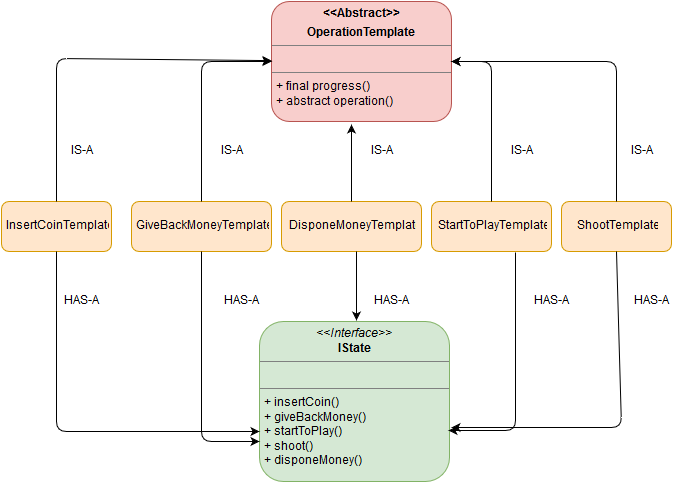
Above: templateControllerClassDiagram.png in nicolaViola/slotmachine (draw.io), before the change. Source tidied: cells renumbered, new cells last; positions are measured from the earlier drawing's top-left corner, leaving out a move shared by most shapes.
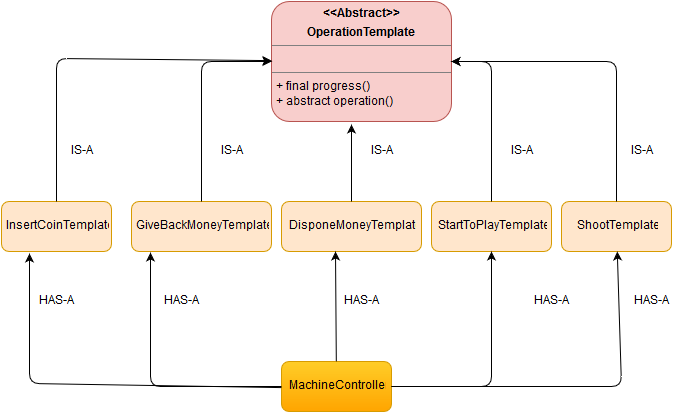
After the change.

Diff of the diagram source:
```diff
@@ -52,9 +52,6 @@
         </Array>
       </mxGeometry>
     </mxCell>
-    <mxCell id="13" value="&lt;p style=&quot;margin: 0px ; margin-top: 4px ; text-align: center&quot;&gt;&lt;i&gt;&amp;lt;&amp;lt;Interface&amp;gt;&amp;gt;&lt;/i&gt;&lt;br&gt;&lt;b&gt;IState&lt;/b&gt;&lt;/p&gt;&lt;hr size=&quot;1&quot;&gt;&lt;p style=&quot;margin: 0px ; margin-left: 4px&quot;&gt;&lt;br&gt;&lt;/p&gt;&lt;hr size=&quot;1&quot;&gt;&lt;p style=&quot;margin: 0px ; margin-left: 4px&quot;&gt;+ insertCoin()&lt;br&gt;+ giveBackMoney()&lt;/p&gt;&lt;p style=&quot;margin: 0px ; margin-left: 4px&quot;&gt;+ startToPlay()&lt;/p&gt;&lt;p style=&quot;margin: 0px ; margin-left: 4px&quot;&gt;+ shoot()&lt;/p&gt;&lt;p style=&quot;margin: 0px ; margin-left: 4px&quot;&gt;+ disponeMoney()&lt;br&gt;&lt;/p&gt;" style="verticalAlign=top;align=left;overflow=fill;fontSize=12;fontFamily=Helvetica;html=1;rounded=1;fillColor=#d5e8d4;strokeColor=#82b366;" parent="1" vertex="1">
-      <mxGeometry x="258" y="320" width="190" height="160" as="geometry" />
-    </mxCell>
     <mxCell id="14" value="IS-A" style="text;html=1;strokeColor=none;fillColor=none;align=center;verticalAlign=middle;whiteSpace=wrap;rounded=1;fontSize=12;fontColor=#000000;" parent="1" vertex="1">
       <mxGeometry x="60" y="140" width="40" height="20" as="geometry" />
     </mxCell>
@@ -70,48 +67,14 @@
     <mxCell id="18" value="IS-A" style="text;html=1;strokeColor=none;fillColor=none;align=center;verticalAlign=middle;whiteSpace=wrap;rounded=1;fontSize=12;fontColor=#000000;" parent="1" vertex="1">
       <mxGeometry x="620" y="140" width="40" height="20" as="geometry" />
     </mxCell>
-    <mxCell id="19" style="endArrow=classic;html=1;fontSize=12;fontColor=#000000;entryX=0;entryY=0.688;entryPerimeter=0;" parent="1" edge="1" source="3" target="13">
-      <mxGeometry relative="1" as="geometry">
-        <Array as="points">
-          <mxPoint x="55" y="430" />
-        </Array>
-      </mxGeometry>
-    </mxCell>
-    <mxCell id="20" style="endArrow=classic;html=1;fontSize=12;fontColor=#000000;entryX=0;entryY=0.75;" parent="1" edge="1" source="4" target="13">
-      <mxGeometry relative="1" as="geometry">
-        <Array as="points">
-          <mxPoint x="200" y="440" />
-        </Array>
-      </mxGeometry>
-    </mxCell>
-    <mxCell id="21" style="endArrow=classic;html=1;fontSize=12;fontColor=#000000;" parent="1" edge="1">
-      <mxGeometry relative="1" as="geometry">
-        <mxPoint x="355" y="250" as="sourcePoint" />
-        <mxPoint x="355" y="319" as="targetPoint" />
-      </mxGeometry>
-    </mxCell>
-    <mxCell id="22" style="endArrow=classic;html=1;fontSize=12;fontColor=#000000;entryX=0.995;entryY=0.681;entryPerimeter=0;exitX=0.7;exitY=1.02;exitPerimeter=0;" parent="1" edge="1" source="6" target="13">
-      <mxGeometry relative="1" as="geometry">
-        <Array as="points">
-          <mxPoint x="514" y="429" />
-        </Array>
-      </mxGeometry>
-    </mxCell>
-    <mxCell id="23" style="endArrow=classic;html=1;fontSize=12;fontColor=#000000;exitX=0.5;exitY=1;entryX=1.011;entryY=0.663;entryPerimeter=0;" parent="1" edge="1" source="7" target="13">
-      <mxGeometry relative="1" as="geometry">
-        <Array as="points">
-          <mxPoint x="620" y="426" />
-        </Array>
-      </mxGeometry>
-    </mxCell>
     <mxCell id="24" value="HAS-A" style="text;html=1;strokeColor=none;fillColor=none;align=center;verticalAlign=middle;whiteSpace=wrap;rounded=1;fontSize=12;fontColor=#000000;" parent="1" vertex="1">
-      <mxGeometry x="60" y="290" width="40" height="20" as="geometry" />
+      <mxGeometry x="35" y="290" width="40" height="20" as="geometry" />
     </mxCell>
     <mxCell id="25" value="HAS-A" style="text;html=1;strokeColor=none;fillColor=none;align=center;verticalAlign=middle;whiteSpace=wrap;rounded=1;fontSize=12;fontColor=#000000;" parent="1" vertex="1">
-      <mxGeometry x="220" y="290" width="40" height="20" as="geometry" />
+      <mxGeometry x="160" y="290" width="40" height="20" as="geometry" />
     </mxCell>
     <mxCell id="26" value="HAS-A" style="text;html=1;strokeColor=none;fillColor=none;align=center;verticalAlign=middle;whiteSpace=wrap;rounded=1;fontSize=12;fontColor=#000000;" parent="1" vertex="1">
-      <mxGeometry x="370" y="290" width="40" height="20" as="geometry" />
+      <mxGeometry x="340" y="290" width="40" height="20" as="geometry" />
     </mxCell>
     <mxCell id="27" value="HAS-A" style="text;html=1;strokeColor=none;fillColor=none;align=center;verticalAlign=middle;whiteSpace=wrap;rounded=1;fontSize=12;fontColor=#000000;" parent="1" vertex="1">
       <mxGeometry x="530" y="290" width="40" height="20" as="geometry" />
@@ -119,5 +82,41 @@
     <mxCell id="28" value="HAS-A" style="text;html=1;strokeColor=none;fillColor=none;align=center;verticalAlign=middle;whiteSpace=wrap;rounded=1;fontSize=12;fontColor=#000000;" parent="1" vertex="1">
       <mxGeometry x="630" y="290" width="40" height="20" as="geometry" />
     </mxCell>
+    <mxCell id="29" value="MachineController" style="html=1;rounded=1;fillColor=#ffcd28;fontSize=12;fontColor=#000000;strokeColor=#d79b00;gradientColor=#ffa500;" parent="1" vertex="1">
+      <mxGeometry x="280" y="360" width="110" height="50" as="geometry" />
+    </mxCell>
+    <mxCell id="30" style="endArrow=classic;html=1;fontSize=12;fontColor=#000000;entryX=0.25;entryY=1;" parent="1" edge="1">
+      <mxGeometry relative="1" as="geometry">
+        <mxPoint x="280" y="386.1" as="sourcePoint" />
+        <mxPoint x="28" y="252" as="targetPoint" />
+        <Array as="points">
+          <mxPoint x="28" y="382" />
+        </Array>
+      </mxGeometry>
+    </mxCell>
+    <mxCell id="31" style="endArrow=classic;html=1;fontSize=12;fontColor=#000000;entryX=0.136;entryY=1.02;entryPerimeter=0;" parent="1" edge="1" source="29" target="4">
+      <mxGeometry relative="1" as="geometry">
+        <Array as="points">
+          <mxPoint x="149" y="385" />
+        </Array>
+      </mxGeometry>
+    </mxCell>
+    <mxCell id="32" style="endArrow=classic;html=1;fontSize=12;fontColor=#000000;entryX=0.386;entryY=1;entryPerimeter=0;" parent="1" edge="1" source="29" target="5">
+      <mxGeometry relative="1" as="geometry" />
+    </mxCell>
+    <mxCell id="33" style="endArrow=classic;html=1;fontSize=12;fontColor=#000000;exitX=1;exitY=0.5;entryX=0.5;entryY=1;" parent="1" edge="1" source="29" target="6">
+      <mxGeometry relative="1" as="geometry">
+        <Array as="points">
+          <mxPoint x="490" y="385" />
+        </Array>
+      </mxGeometry>
+    </mxCell>
+    <mxCell id="34" style="endArrow=classic;html=1;fontSize=12;fontColor=#000000;exitX=1;exitY=0.5;" parent="1" edge="1" source="29" target="7">
+      <mxGeometry relative="1" as="geometry">
+        <Array as="points">
+          <mxPoint x="620" y="385" />
+        </Array>
+      </mxGeometry>
+    </mxCell>
   </root>
 </mxGraphModel>
```
